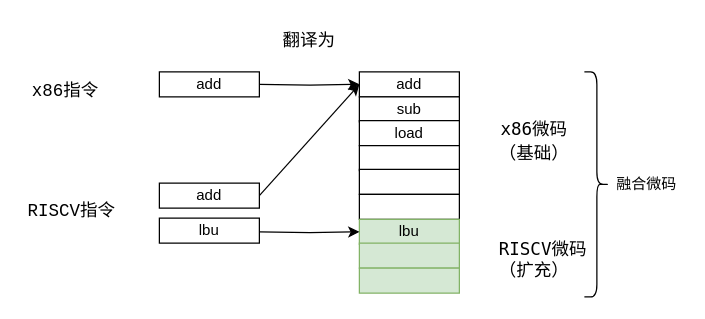
The draw.io diagram image/TISA.drawio in jensen-yan/yanyue_essay, before the edit. Source tidied: cells renumbered, new cells numbered last; positions are measured from the earlier drawing's top-left corner, leaving out a move shared by most shapes. Both pictures are drawn from the tidied source at 125%, with x=0, y=0 at pixel (21, 21).
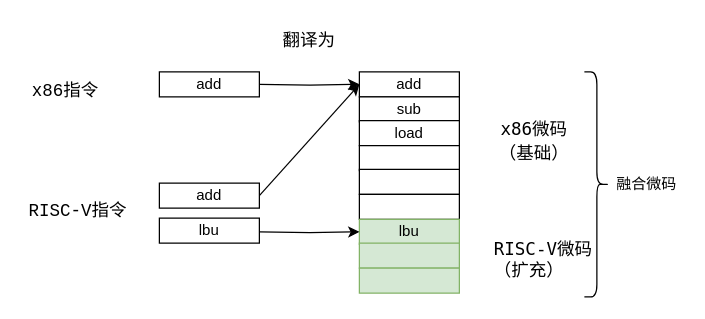
Above is the later version.

What changed in the source:
```diff
@@
-    <mxCell id="17" value="&lt;span style=&quot;color: rgb(0, 0, 0); font-family: &amp;quot;Droid Sans Mono&amp;quot;, &amp;quot;monospace&amp;quot;, monospace; font-size: 14px; font-style: normal; font-variant-ligatures: normal; font-variant-caps: normal; font-weight: 400; letter-spacing: normal; orphans: 2; text-align: center; text-indent: 0px; text-transform: none; widows: 2; word-spacing: 0px; -webkit-text-stroke-width: 0px; background-color: rgb(255, 255, 255); text-decoration-thickness: initial; text-decoration-style: initial; text-decoration-color: initial; float: none; display: inline !important;&quot;&gt;RISCV微码&lt;br&gt;（扩充）&lt;br&gt;&lt;/span&gt;" style="text;whiteSpace=wrap;html=1;" parent="1" vertex="1">
-      <mxGeometry x="380" y="167" width="80" height="40" as="geometry" />
+    <mxCell id="17" value="&lt;span style=&quot;color: rgb(0, 0, 0); font-family: &amp;quot;Droid Sans Mono&amp;quot;, &amp;quot;monospace&amp;quot;, monospace; font-size: 14px; font-style: normal; font-variant-ligatures: normal; font-variant-caps: normal; font-weight: 400; letter-spacing: normal; orphans: 2; text-align: center; text-indent: 0px; text-transform: none; widows: 2; word-spacing: 0px; -webkit-text-stroke-width: 0px; background-color: rgb(255, 255, 255); text-decoration-thickness: initial; text-decoration-style: initial; text-decoration-color: initial; float: none; display: inline !important;&quot;&gt;RISC-V微码&lt;br&gt;（扩充）&lt;br&gt;&lt;/span&gt;" style="text;whiteSpace=wrap;html=1;" parent="1" vertex="1">
+      <mxGeometry x="376" y="167" width="90" height="40" as="geometry" />
     </mxCell>
@@
-    <mxCell id="19" value="&lt;div style=&quot;line-height: 19px;&quot;&gt;&lt;font style=&quot;font-size: 14px;&quot; face=&quot;Droid Sans Mono, monospace, monospace&quot;&gt;RISCV指令&lt;/font&gt;&lt;br&gt;&lt;/div&gt;" style="text;html=1;strokeColor=none;fillColor=none;align=center;verticalAlign=middle;whiteSpace=wrap;rounded=0;" parent="1" vertex="1">
-      <mxGeometry y="136" width="80" height="31" as="geometry" />
+    <mxCell id="19" value="&lt;div style=&quot;line-height: 19px;&quot;&gt;&lt;font style=&quot;font-size: 14px;&quot; face=&quot;Droid Sans Mono, monospace, monospace&quot;&gt;RISC-V指令&lt;/font&gt;&lt;br&gt;&lt;/div&gt;" style="text;html=1;strokeColor=none;fillColor=none;align=center;verticalAlign=middle;whiteSpace=wrap;rounded=0;" parent="1" vertex="1">
+      <mxGeometry y="136" width="90" height="31" as="geometry" />
     </mxCell>
```
